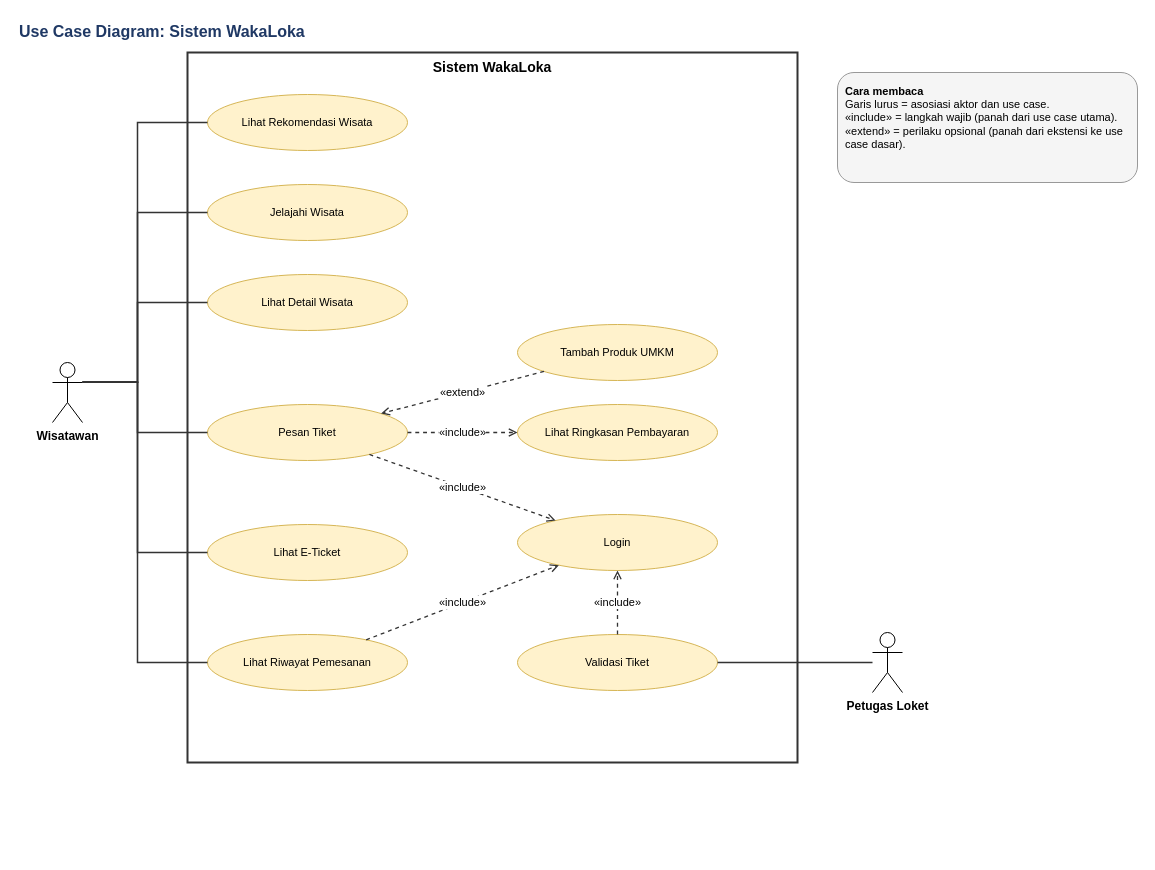
Above: Docs/uml/UseCase_WAKALOKA (1).drawio in rashazein11/Project-BasisData-A-Kelompok-wakaloka (draw.io), before the change. Source tidied: cells renumbered, new cells numbered last; positions are measured from the earlier drawing's top-left corner, leaving out a move shared by most shapes. Both pictures are drawn from the tidied source at 100%, with x=0, y=0 at pixel (17, 17).
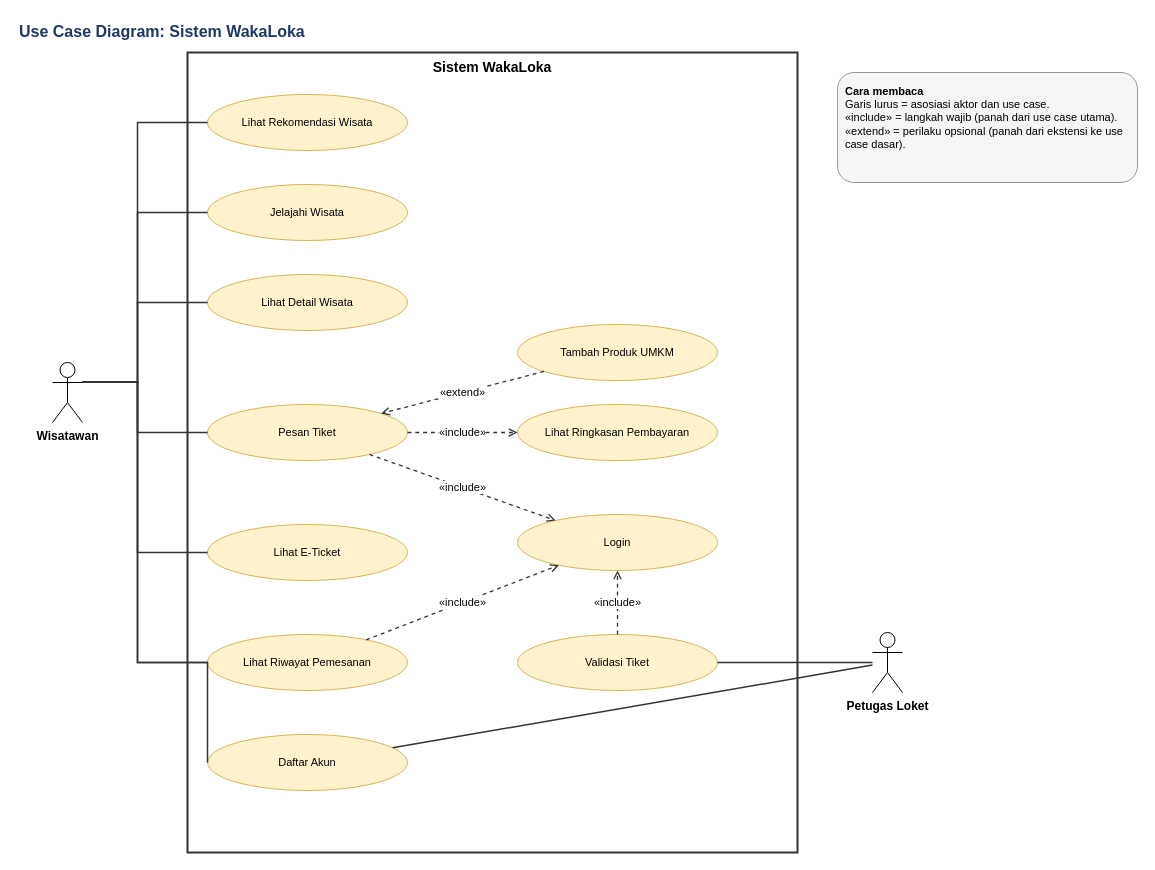
Above is the later version.

Unchanged cells that the change refers to:
```xml
<mxCell id="13" value="Wisatawan" style="shape=umlActor;verticalLabelPosition=bottom;verticalAlign=top;html=1;outlineConnect=0;fontStyle=1;" parent="1" vertex="1">
  <mxGeometry x="35" y="345" width="30" height="60" as="geometry" />
</mxCell>
<mxCell id="14" value="Petugas Loket" style="shape=umlActor;verticalLabelPosition=bottom;verticalAlign=top;html=1;outlineConnect=0;fontStyle=1;" parent="1" vertex="1">
  <mxGeometry x="855" y="615" width="30" height="60" as="geometry" />
</mxCell>
```

Diff of the diagram source:
```diff
@@
     <mxCell id="2" value="Sistem WakaLoka" style="rounded=0;whiteSpace=wrap;html=1;fillColor=none;strokeColor=#333333;strokeWidth=2;verticalAlign=top;fontStyle=1;fontSize=14;" parent="1" vertex="1">
-      <mxGeometry x="170" y="35" width="610" height="710" as="geometry" />
+      <mxGeometry x="170" y="35" width="610" height="800" as="geometry" />
     </mxCell>
@@
+    <mxCell id="29" value="Daftar Akun" style="ellipse;whiteSpace=wrap;html=1;fillColor=#FFF2CC;strokeColor=#D6B656;fontSize=11;" parent="1" vertex="1">
+      <mxGeometry x="190" y="717" width="200" height="56" as="geometry" />
+    </mxCell>
+    <mxCell id="30" style="edgeStyle=orthogonalEdgeStyle;rounded=0;endArrow=none;html=1;strokeColor=#333333;strokeWidth=1.5;exitX=1;exitY=0.33;exitDx=0;exitDy=0;entryX=0;entryY=0.5;entryDx=0;entryDy=0;" parent="1" edge="1" source="13" target="29">
+      <mxGeometry relative="1" as="geometry">
+        <Array as="points">
+          <mxPoint x="120" y="365" />
+          <mxPoint x="120" y="645" />
+        </Array>
+      </mxGeometry>
+    </mxCell>
+    <mxCell id="31" style="endArrow=none;html=1;strokeColor=#333333;strokeWidth=1.5;" parent="1" edge="1" source="14" target="29">
+      <mxGeometry relative="1" as="geometry" />
+    </mxCell>
```
